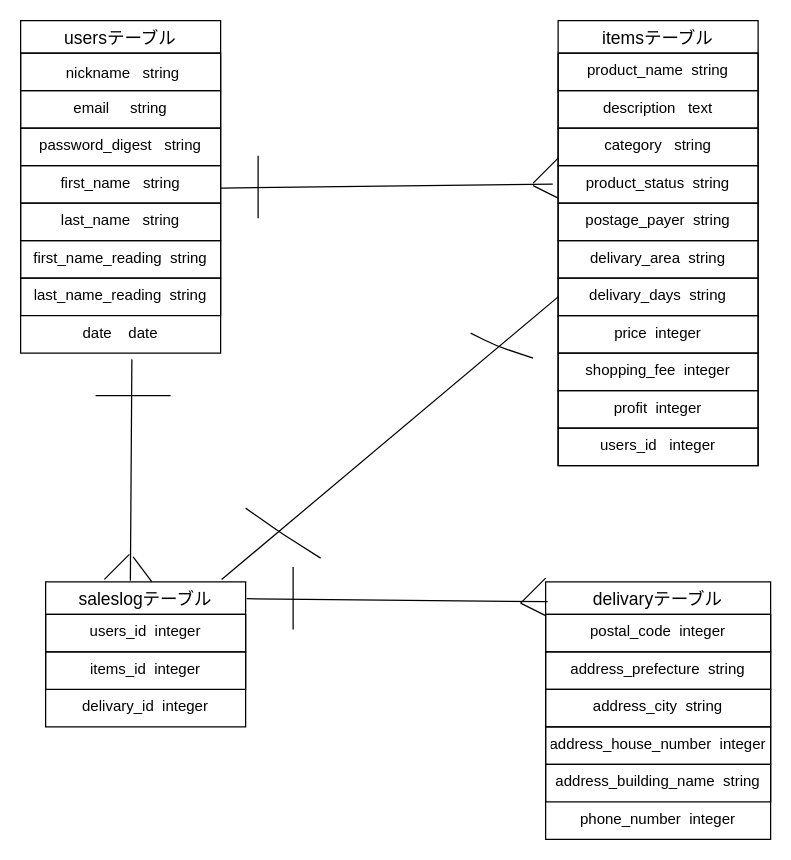
This is furima.dio from kanekyo280/furima-41312, a draw.io file, before an edit. Source tidied: cells renumbered, new cells numbered last; positions are measured from the earlier drawing's top-left corner, leaving out a move shared by most shapes. Both pictures are drawn from the tidied source at 125%, with x=0, y=0 at pixel (20, 20).
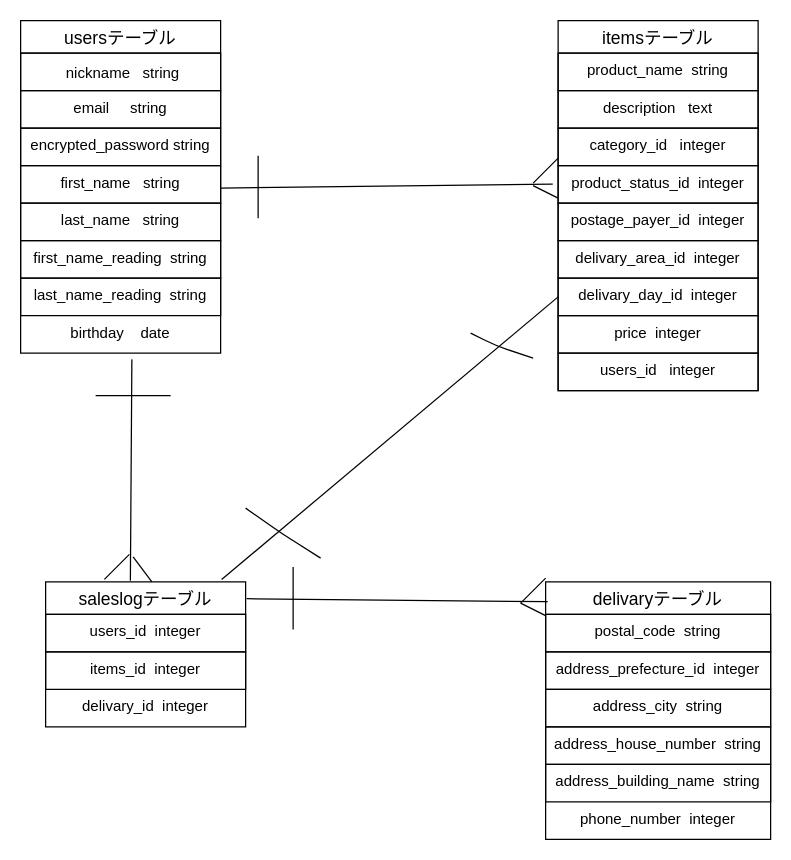
The same diagram, later.

The change refers to these unchanged cells:
```xml
<mxCell id="2" value="usersテーブル" style="swimlane;fontStyle=0;horizontal=1;startSize=26;align=center;fontSize=14;swimlaneFillColor=default;" parent="1" vertex="1">
  <mxGeometry width="160" height="266" as="geometry" />
</mxCell>
<mxCell id="27" value="delivaryテーブル" style="swimlane;fontStyle=0;horizontal=1;startSize=26;align=center;fontSize=14;strokeColor=default;" parent="1" vertex="1">
  <mxGeometry x="420" y="449" width="180" height="206" as="geometry" />
</mxCell>
```

The edit, as a diff of the source:
```diff
@@
-    <mxCell id="5" value="password_digest   string" style="text;strokeColor=default;fillColor=none;spacingLeft=4;spacingRight=4;overflow=hidden;fontSize=12;align=center;" parent="2" vertex="1">
+    <mxCell id="5" value="encrypted_password string" style="text;strokeColor=default;fillColor=none;spacingLeft=4;spacingRight=4;overflow=hidden;fontSize=12;align=center;" parent="2" vertex="1">
       <mxGeometry y="86" width="160" height="30" as="geometry" />
     </mxCell>
@@
-    <mxCell id="10" value="date    date" style="text;strokeColor=none;fillColor=none;spacingLeft=4;spacingRight=4;overflow=hidden;fontSize=12;align=center;" parent="2" vertex="1">
+    <mxCell id="10" value="birthday    date" style="text;strokeColor=none;fillColor=none;spacingLeft=4;spacingRight=4;overflow=hidden;fontSize=12;align=center;" parent="2" vertex="1">
       <mxGeometry y="236" width="160" height="30" as="geometry" />
     </mxCell>
     <mxCell id="11" value="itemsテーブル" style="swimlane;fontStyle=0;horizontal=1;startSize=26;align=center;fontSize=14;strokeColor=default;" parent="1" vertex="1">
-      <mxGeometry x="430" width="160" height="356" as="geometry" />
+      <mxGeometry x="430" width="160" height="296" as="geometry" />
     </mxCell>
@@
-    <mxCell id="14" value="category   string" style="text;strokeColor=default;fillColor=none;spacingLeft=4;spacingRight=4;overflow=hidden;fontSize=12;align=center;" parent="11" vertex="1">
+    <mxCell id="14" value="category_id   integer" style="text;strokeColor=default;fillColor=none;spacingLeft=4;spacingRight=4;overflow=hidden;fontSize=12;align=center;" parent="11" vertex="1">
       <mxGeometry y="86" width="160" height="30" as="geometry" />
     </mxCell>
-    <mxCell id="15" value="product_status  string" style="text;strokeColor=default;fillColor=none;spacingLeft=4;spacingRight=4;overflow=hidden;fontSize=12;align=center;" parent="11" vertex="1">
+    <mxCell id="15" value="product_status_id  integer" style="text;strokeColor=default;fillColor=none;spacingLeft=4;spacingRight=4;overflow=hidden;fontSize=12;align=center;" parent="11" vertex="1">
       <mxGeometry y="116" width="160" height="30" as="geometry" />
     </mxCell>
-    <mxCell id="16" value="postage_payer  string" style="text;strokeColor=default;fillColor=none;spacingLeft=4;spacingRight=4;overflow=hidden;fontSize=12;align=center;" parent="11" vertex="1">
+    <mxCell id="16" value="postage_payer_id  integer" style="text;strokeColor=default;fillColor=none;spacingLeft=4;spacingRight=4;overflow=hidden;fontSize=12;align=center;" parent="11" vertex="1">
       <mxGeometry y="146" width="160" height="30" as="geometry" />
     </mxCell>
-    <mxCell id="17" value="delivary_area  string" style="text;strokeColor=default;fillColor=none;spacingLeft=4;spacingRight=4;overflow=hidden;fontSize=12;align=center;" parent="11" vertex="1">
+    <mxCell id="17" value="delivary_area_id  integer" style="text;strokeColor=default;fillColor=none;spacingLeft=4;spacingRight=4;overflow=hidden;fontSize=12;align=center;" parent="11" vertex="1">
       <mxGeometry y="176" width="160" height="30" as="geometry" />
     </mxCell>
-    <mxCell id="18" value="delivary_days  string" style="text;strokeColor=default;fillColor=none;spacingLeft=4;spacingRight=4;overflow=hidden;points=[[0,0.5],[1,0.5]];portConstraint=eastwest;fontSize=12;align=center;" parent="11" vertex="1">
+    <mxCell id="18" value="delivary_day_id  integer" style="text;strokeColor=default;fillColor=none;spacingLeft=4;spacingRight=4;overflow=hidden;points=[[0,0.5],[1,0.5]];portConstraint=eastwest;fontSize=12;align=center;" parent="11" vertex="1">
       <mxGeometry y="206" width="160" height="30" as="geometry" />
     </mxCell>
@@
-    <mxCell id="20" value="shopping_fee  integer" style="text;strokeColor=default;fillColor=none;spacingLeft=4;spacingRight=4;overflow=hidden;fontSize=12;align=center;" parent="11" vertex="1">
-      <mxGeometry y="266" width="160" height="30" as="geometry" />
-    </mxCell>
-    <mxCell id="21" value="profit  integer" style="text;strokeColor=default;fillColor=none;spacingLeft=4;spacingRight=4;overflow=hidden;fontSize=12;align=center;" parent="11" vertex="1">
-      <mxGeometry y="296" width="160" height="30" as="geometry" />
-    </mxCell>
     <mxCell id="22" value="users_id   integer" style="text;strokeColor=default;fillColor=none;spacingLeft=4;spacingRight=4;overflow=hidden;fontSize=12;align=center;" parent="11" vertex="1">
-      <mxGeometry y="326" width="160" height="30" as="geometry" />
+      <mxGeometry y="266" width="160" height="30" as="geometry" />
     </mxCell>
@@
-    <mxCell id="28" value="postal_code  integer" style="text;strokeColor=default;fillColor=none;spacingLeft=4;spacingRight=4;overflow=hidden;fontSize=12;align=center;" parent="27" vertex="1">
+    <mxCell id="28" value="postal_code  string" style="text;strokeColor=default;fillColor=none;spacingLeft=4;spacingRight=4;overflow=hidden;fontSize=12;align=center;" parent="27" vertex="1">
       <mxGeometry y="26" width="180" height="30" as="geometry" />
     </mxCell>
-    <mxCell id="29" value="address_prefecture  string" style="text;strokeColor=default;fillColor=none;spacingLeft=4;spacingRight=4;overflow=hidden;fontSize=12;align=center;" parent="27" vertex="1">
+    <mxCell id="29" value="address_prefecture_id  integer" style="text;strokeColor=default;fillColor=none;spacingLeft=4;spacingRight=4;overflow=hidden;fontSize=12;align=center;" parent="27" vertex="1">
       <mxGeometry y="56" width="180" height="30" as="geometry" />
     </mxCell>
@@
-    <mxCell id="31" value="address_house_number  integer" style="text;strokeColor=default;fillColor=none;spacingLeft=4;spacingRight=4;overflow=hidden;fontSize=12;align=center;" parent="27" vertex="1">
+    <mxCell id="31" value="address_house_number  string" style="text;strokeColor=default;fillColor=none;spacingLeft=4;spacingRight=4;overflow=hidden;fontSize=12;align=center;" parent="27" vertex="1">
       <mxGeometry y="116" width="180" height="30" as="geometry" />
     </mxCell>
```
